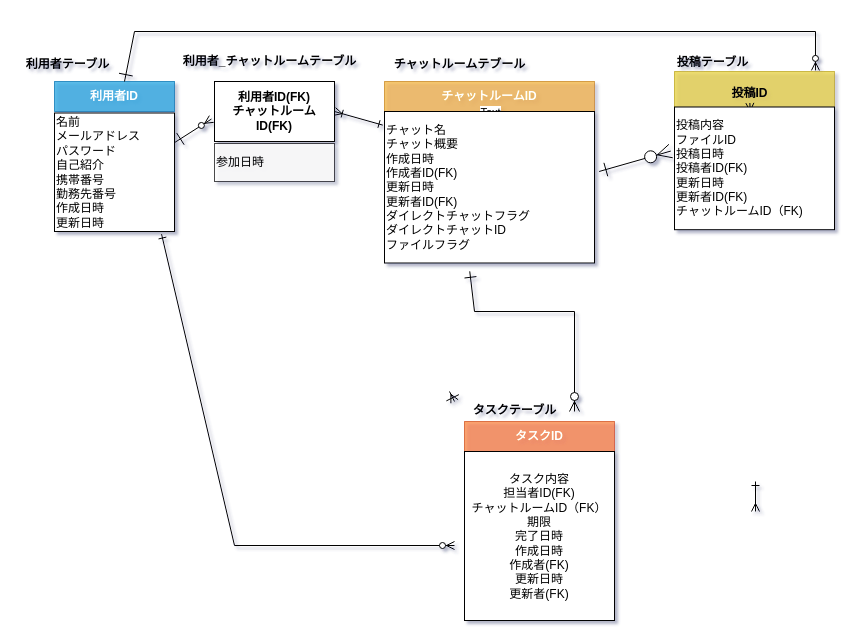
This is db/db-challenge1/db-challenge1.drawio from Yuina1012/quelcode-db, a draw.io file, before an edit. Source tidied: cells renumbered, new cells numbered last; positions are measured from the earlier drawing's top-left corner, leaving out a move shared by most shapes. Both pictures are drawn from the tidied source at 100%, with x=0, y=0 at pixel (17, 31).
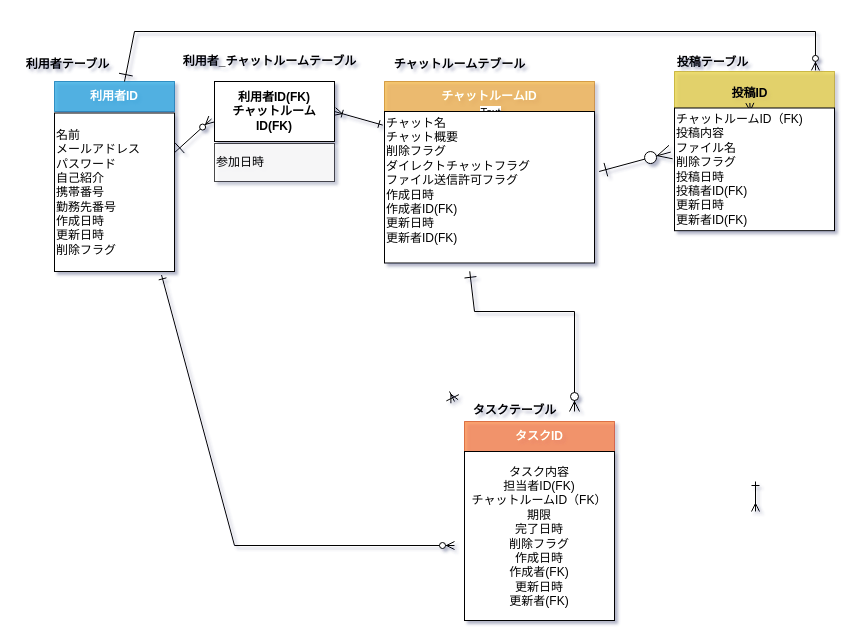
After the change.

Commit message:
削除フラグ追加、 エンティティ名称・順序変更、削除

Unchanged cells that the change refers to:
```xml
<mxCell id="14" style="rounded=0;whiteSpace=wrap;html=1;fillColor=#e3c800;strokeColor=#B09500;fontColor=#ffffff;opacity=60;" parent="1" vertex="1">
  <mxGeometry x="657" y="40" width="160" height="157" as="geometry" />
</mxCell>
```

What changed in the source:
```diff
@@
-    <mxCell id="4" value="名前&lt;br&gt;メールアドレス&lt;br&gt;パスワード&lt;br&gt;自己紹介&lt;br&gt;携帯番号&lt;br&gt;勤務先番号&lt;br&gt;作成日時&lt;br&gt;更新日時" style="rounded=0;whiteSpace=wrap;html=1;align=left;" parent="1" vertex="1">
-      <mxGeometry x="37" y="81.5" width="120" height="118.5" as="geometry" />
+    <mxCell id="4" value="名前&lt;br&gt;メールアドレス&lt;br&gt;パスワード&lt;br&gt;自己紹介&lt;br&gt;携帯番号&lt;br&gt;勤務先番号&lt;br&gt;作成日時&lt;br&gt;更新日時&lt;br&gt;削除フラグ" style="rounded=0;whiteSpace=wrap;html=1;align=left;" parent="1" vertex="1">
+      <mxGeometry x="37" y="81.5" width="120" height="158.5" as="geometry" />
     </mxCell>
@@
-    <mxCell id="12" value="チャット名&lt;br&gt;&lt;div&gt;チャット概要&lt;/div&gt;&lt;div&gt;作成日時&lt;br&gt;作成者ID(FK)&lt;br&gt;更新日時&lt;br&gt;更新者ID(FK)&lt;br&gt;&lt;/div&gt;&lt;div&gt;ダイレクトチャットフラグ&lt;/div&gt;&lt;div&gt;ダイレクトチャットID&lt;/div&gt;&lt;div&gt;ファイルフラグ&lt;/div&gt;" style="rounded=0;whiteSpace=wrap;html=1;align=left;" parent="1" vertex="1">
+    <mxCell id="12" value="チャット名&lt;br&gt;&lt;div&gt;チャット概要&lt;/div&gt;&lt;div&gt;&lt;span&gt;削除フラグ&lt;/span&gt;&lt;br&gt;&lt;/div&gt;&lt;div&gt;&lt;span&gt;ダイレクトチャットフラグ&lt;/span&gt;&lt;/div&gt;&lt;div&gt;ファイル送信許可フラグ&lt;/div&gt;&lt;div&gt;&lt;div&gt;作成日時&lt;br&gt;作成者ID(FK)&lt;br&gt;更新日時&lt;br&gt;更新者ID(FK)&lt;/div&gt;&lt;/div&gt;&lt;div&gt;&lt;br&gt;&lt;/div&gt;" style="rounded=0;whiteSpace=wrap;html=1;align=left;" parent="1" vertex="1">
       <mxGeometry x="367" y="80" width="210" height="151.5" as="geometry" />
     </mxCell>
@@
-    <mxCell id="17" value="投稿内容&lt;br&gt;ファイルID&lt;br&gt;投稿日時&lt;br&gt;投稿者ID(FK)&lt;br&gt;更新日時&lt;br&gt;更新者ID(FK)&lt;br&gt;チャットルームID（FK)" style="rounded=0;whiteSpace=wrap;html=1;align=left;" parent="14" vertex="1">
-      <mxGeometry y="35.5" width="160" height="122.7" as="geometry" />
+    <mxCell id="17" value="チャットルームID（FK)&lt;br&gt;投稿内容&lt;br&gt;ファイル名&lt;br&gt;削除フラグ&lt;br&gt;投稿日時&lt;br&gt;投稿者ID(FK)&lt;br&gt;更新日時&lt;br&gt;更新者ID(FK)" style="rounded=0;whiteSpace=wrap;html=1;align=left;" parent="14" vertex="1">
+      <mxGeometry y="36.5" width="160" height="122.7" as="geometry" />
     </mxCell>
@@
-    <mxCell id="24" value="タスク内容&lt;br&gt;担当者ID(FK)&lt;br&gt;チャットルームID（FK）&lt;br&gt;期限&lt;br&gt;完了日時&lt;br&gt;作成日時&lt;br&gt;作成者(FK)&lt;br&gt;更新日時&lt;br&gt;更新者(FK)" style="rounded=0;whiteSpace=wrap;html=1;" parent="1" vertex="1">
+    <mxCell id="24" value="タスク内容&lt;br&gt;担当者ID(FK)&lt;br&gt;チャットルームID（FK）&lt;br&gt;期限&lt;br&gt;完了日時&lt;br&gt;削除フラグ&lt;br&gt;作成日時&lt;br&gt;作成者(FK)&lt;br&gt;更新日時&lt;br&gt;更新者(FK)" style="rounded=0;whiteSpace=wrap;html=1;" parent="1" vertex="1">
       <mxGeometry x="447" y="420" width="150" height="169" as="geometry" />
     </mxCell>
```
